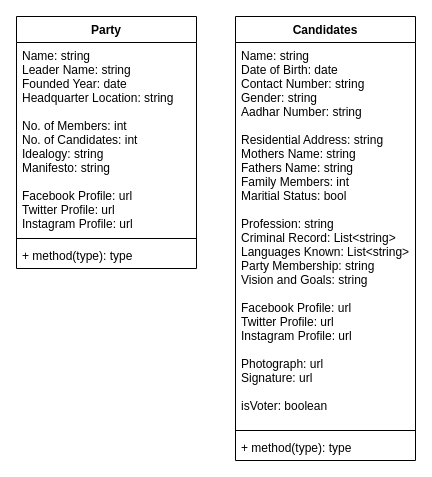
Before: .draw.io/class_diagram.drawio in AkshatGupta-30/PollingDay--Web, a draw.io diagram. Source tidied: cells renumbered, new cells numbered last; positions are measured from the earlier drawing's top-left corner, leaving out a move shared by most shapes. Both pictures are drawn from the tidied source at 100%, with x=0, y=0 at pixel (16, 16).
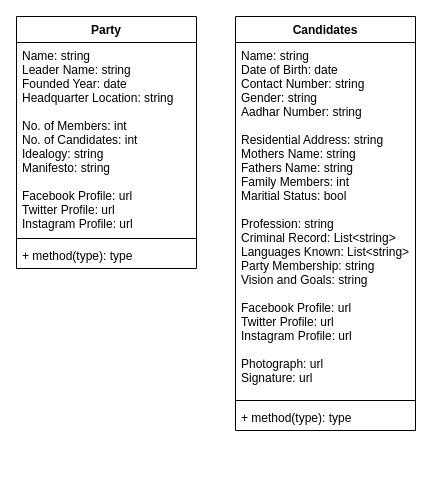
After the change.

Diff of the diagram source:
```diff
@@
 <mxGraphModel>
   <root>
     <mxCell id="0" />
     <mxCell id="1" parent="0" />
     <mxCell id="2" value="Party" style="swimlane;fontStyle=1;align=center;verticalAlign=top;horizontal=1;startSize=26;" parent="1" vertex="1">
       <mxGeometry width="180" height="252" as="geometry" />
     </mxCell>
     <mxCell id="3" value="Name: string&#10;Leader Name: string&#10;Founded Year: date&#10;Headquarter Location: string&#10;&#10;No. of Members: int&#10;No. of Candidates: int&#10;Idealogy: string&#10;Manifesto: string&#10;&#10;Facebook Profile: url&#10;Twitter Profile: url&#10;Instagram Profile: url" style="text;strokeColor=none;fillColor=none;align=left;verticalAlign=top;spacingLeft=4;spacingRight=4;overflow=hidden;" parent="2" vertex="1">
       <mxGeometry y="26" width="180" height="192" as="geometry" />
     </mxCell>
     <mxCell id="4" style="line;strokeWidth=1;fillColor=none;align=left;verticalAlign=middle;spacingTop=-1;spacingLeft=3;spacingRight=3;labelPosition=right;strokeColor=inherit;" parent="2" vertex="1">
       <mxGeometry y="218" width="180" height="8" as="geometry" />
     </mxCell>
     <mxCell id="5" value="+ method(type): type" style="text;strokeColor=none;fillColor=none;align=left;verticalAlign=top;spacingLeft=4;spacingRight=4;overflow=hidden;" parent="2" vertex="1">
       <mxGeometry y="226" width="180" height="26" as="geometry" />
     </mxCell>
     <mxCell id="6" value="Candidates" style="swimlane;fontStyle=1;align=center;verticalAlign=top;horizontal=1;startSize=26;" parent="1" vertex="1">
-      <mxGeometry x="219" width="180" height="444" as="geometry" />
+      <mxGeometry x="219" width="180" height="414" as="geometry" />
     </mxCell>
-    <mxCell id="7" value="Name: string&#10;Date of Birth: date&#10;Contact Number: string&#10;Gender: string&#10;Aadhar Number: string&#10;&#10;Residential Address: string&#10;Mothers Name: string&#10;Fathers Name: string&#10;Family Members: int&#10;Maritial Status: bool&#10;&#10;Profession: string&#10;Criminal Record: List&lt;string&gt;&#10;Languages Known: List&lt;string&gt;&#10;Party Membership: string&#10;Vision and Goals: string&#10;&#10;Facebook Profile: url&#10;Twitter Profile: url&#10;Instagram Profile: url&#10;&#10;Photograph: url&#10;Signature: url&#10;&#10;isVoter: boolean" style="text;strokeColor=none;fillColor=none;align=left;verticalAlign=top;spacingLeft=4;spacingRight=4;overflow=hidden;" parent="6" vertex="1">
-      <mxGeometry y="26" width="180" height="384" as="geometry" />
+    <mxCell id="7" value="Name: string&#10;Date of Birth: date&#10;Contact Number: string&#10;Gender: string&#10;Aadhar Number: string&#10;&#10;Residential Address: string&#10;Mothers Name: string&#10;Fathers Name: string&#10;Family Members: int&#10;Maritial Status: bool&#10;&#10;Profession: string&#10;Criminal Record: List&lt;string&gt;&#10;Languages Known: List&lt;string&gt;&#10;Party Membership: string&#10;Vision and Goals: string&#10;&#10;Facebook Profile: url&#10;Twitter Profile: url&#10;Instagram Profile: url&#10;&#10;Photograph: url&#10;Signature: url" style="text;strokeColor=none;fillColor=none;align=left;verticalAlign=top;spacingLeft=4;spacingRight=4;overflow=hidden;" parent="6" vertex="1">
+      <mxGeometry y="26" width="180" height="354" as="geometry" />
     </mxCell>
     <mxCell id="8" style="line;strokeWidth=1;fillColor=none;align=left;verticalAlign=middle;spacingTop=-1;spacingLeft=3;spacingRight=3;labelPosition=right;strokeColor=inherit;" parent="6" vertex="1">
-      <mxGeometry y="410" width="180" height="8" as="geometry" />
+      <mxGeometry y="380" width="180" height="8" as="geometry" />
     </mxCell>
     <mxCell id="9" value="+ method(type): type" style="text;strokeColor=none;fillColor=none;align=left;verticalAlign=top;spacingLeft=4;spacingRight=4;overflow=hidden;" parent="6" vertex="1">
-      <mxGeometry y="418" width="180" height="26" as="geometry" />
+      <mxGeometry y="388" width="180" height="26" as="geometry" />
     </mxCell>
   </root>
 </mxGraphModel>
```
